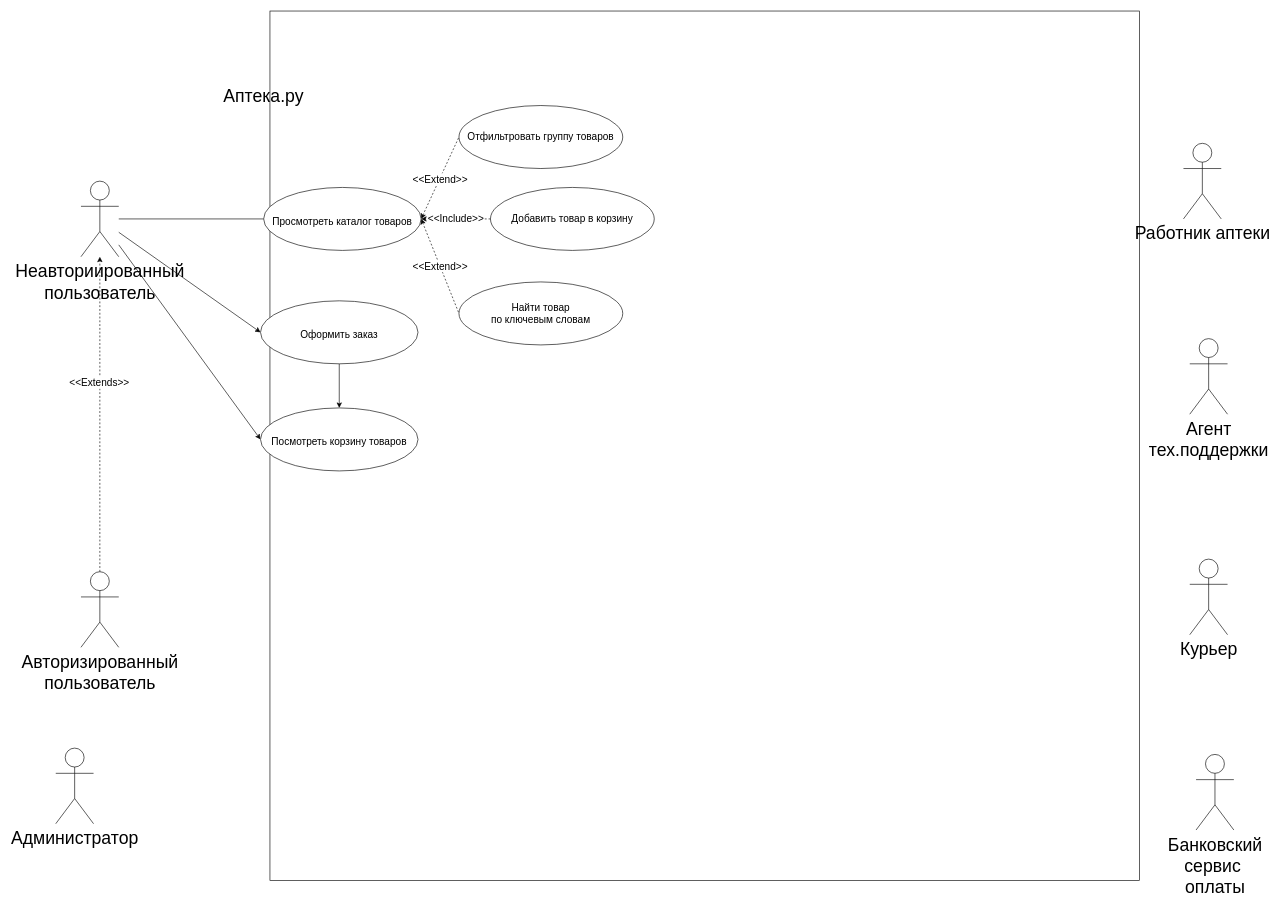
Earlier version of the draw.io diagram documentation/1_aps.drawio (semwett0301/booking-java-back). Source tidied: cells renumbered, new cells numbered last; positions are measured from the earlier drawing's top-left corner, leaving out a move shared by most shapes. Both pictures are drawn from the tidied source at 63%, with x=0, y=0 at pixel (55, 11).
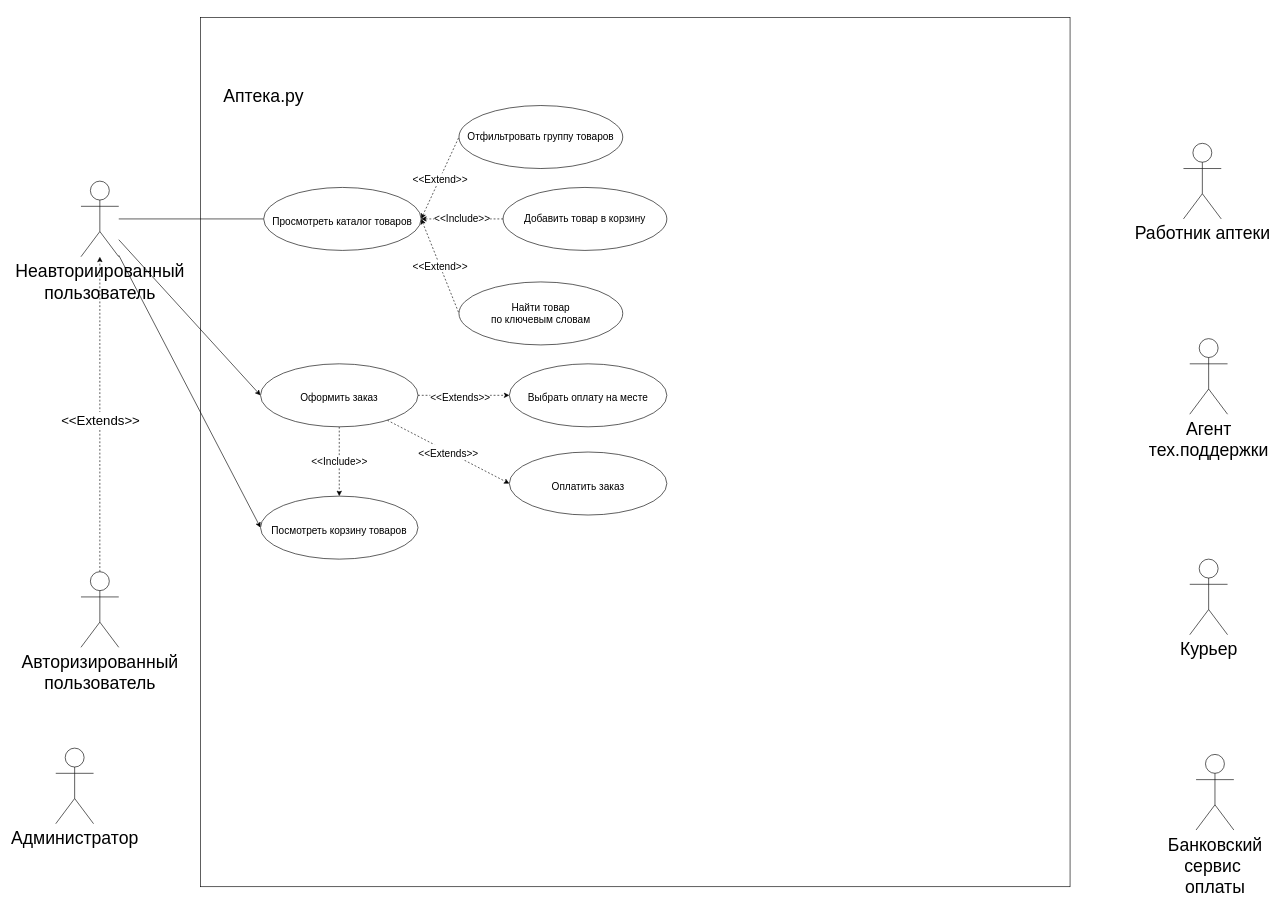
After the change.

The change refers to these unchanged cells:
```xml
<mxCell id="8" style="edgeStyle=none;rounded=0;jettySize=auto;html=1;fontSize=18;startArrow=none;startFill=0;endArrow=classic;endFill=1;dashed=1;" parent="1" edge="1" source="10" target="7">
  <mxGeometry relative="1" as="geometry" />
</mxCell>
```

Change to the diagram source:
```diff
@@
     <mxCell id="2" style="whiteSpace=wrap;html=1;" parent="1" vertex="1">
-      <mxGeometry x="340" width="1380" height="1380" as="geometry" />
+      <mxGeometry x="230" y="10" width="1380" height="1380" as="geometry" />
     </mxCell>
@@
-    <mxCell id="9" value="&amp;lt;&amp;lt;Extends&amp;gt;&amp;gt;" style="edgeLabel;html=1;align=center;verticalAlign=middle;fontSize=16;" parent="8" vertex="1">
+    <mxCell id="9" value="&lt;font style=&quot;font-size: 21px;&quot;&gt;&amp;lt;&amp;lt;Extends&amp;gt;&amp;gt;&lt;/font&gt;" style="edgeLabel;html=1;align=center;verticalAlign=middle;fontSize=16;" parent="8" vertex="1">
       <mxGeometry x="0.2" y="2" relative="1" as="geometry">
-        <mxPoint y="-1" as="offset" />
+        <mxPoint x="2" y="58" as="offset" />
       </mxGeometry>
     </mxCell>
@@
-    <mxCell id="21" style="edgeStyle=none;rounded=0;jettySize=auto;html=1;fontSize=16;startArrow=none;startFill=0;endArrow=classic;endFill=1;" parent="1" edge="1" source="22" target="23">
+    <mxCell id="21" value="&amp;lt;&amp;lt;Include&amp;gt;&amp;gt;" style="edgeStyle=none;rounded=0;jettySize=auto;html=1;fontSize=16;startArrow=none;startFill=0;endArrow=classic;endFill=1;dashed=1;" parent="1" edge="1" source="22" target="23">
       <mxGeometry relative="1" as="geometry" />
     </mxCell>
+    <mxCell id="26" style="edgeStyle=none;rounded=0;jettySize=auto;html=1;entryX=0;entryY=0.5;entryDx=0;entryDy=0;dashed=1;fontSize=21;startArrow=none;startFill=0;endArrow=classic;endFill=1;" parent="1" edge="1" source="22" target="30">
+      <mxGeometry relative="1" as="geometry" />
+    </mxCell>
+    <mxCell id="27" value="&lt;font style=&quot;font-size: 16px;&quot;&gt;&amp;lt;&amp;lt;Extends&amp;gt;&amp;gt;&lt;/font&gt;" style="edgeLabel;html=1;align=center;verticalAlign=middle;fontSize=21;" parent="26" vertex="1">
+      <mxGeometry x="0.29" y="-9" relative="1" as="geometry">
+        <mxPoint x="-28" y="-9" as="offset" />
+      </mxGeometry>
+    </mxCell>
+    <mxCell id="28" value="&lt;font style=&quot;font-size: 16px;&quot;&gt;&amp;lt;&amp;lt;Extends&amp;gt;&amp;gt;&lt;/font&gt;" style="edgeStyle=none;rounded=0;jettySize=auto;html=1;entryX=0;entryY=0.5;entryDx=0;entryDy=0;dashed=1;fontSize=21;startArrow=none;startFill=0;endArrow=classic;endFill=1;" parent="1" edge="1" source="22" target="29">
+      <mxGeometry relative="1" as="geometry" />
+    </mxCell>
     <mxCell id="22" value="&lt;span style=&quot;font-size: 16px;&quot;&gt;Оформить заказ&lt;/span&gt;" style="ellipse;whiteSpace=wrap;html=1;fontSize=28;" parent="1" vertex="1">
-      <mxGeometry x="325" y="460" width="250" height="100" as="geometry" />
+      <mxGeometry x="325" y="560" width="250" height="100" as="geometry" />
     </mxCell>
     <mxCell id="23" value="&lt;span style=&quot;font-size: 16px;&quot;&gt;Посмотреть корзину товаров&lt;/span&gt;" style="ellipse;whiteSpace=wrap;html=1;fontSize=28;" parent="1" vertex="1">
-      <mxGeometry x="325" y="630" width="250" height="100" as="geometry" />
+      <mxGeometry x="325" y="770" width="250" height="100" as="geometry" />
     </mxCell>
@@
     <mxCell id="25" value="Добавить товар в корзину" style="ellipse;whiteSpace=wrap;html=1;fontSize=16;" parent="1" vertex="1">
-      <mxGeometry x="690" y="280" width="260" height="100" as="geometry" />
+      <mxGeometry x="710" y="280" width="260" height="100" as="geometry" />
     </mxCell>
+    <mxCell id="29" value="&lt;span style=&quot;font-size: 16px;&quot;&gt;Оплатить заказ&lt;/span&gt;" style="ellipse;whiteSpace=wrap;html=1;fontSize=28;" parent="1" vertex="1">
+      <mxGeometry x="720" y="700" width="250" height="100" as="geometry" />
+    </mxCell>
+    <mxCell id="30" value="&lt;span style=&quot;font-size: 16px;&quot;&gt;Выбрать оплату на месте&lt;/span&gt;" style="ellipse;whiteSpace=wrap;html=1;fontSize=28;" parent="1" vertex="1">
+      <mxGeometry x="720" y="560" width="250" height="100" as="geometry" />
+    </mxCell>
```
